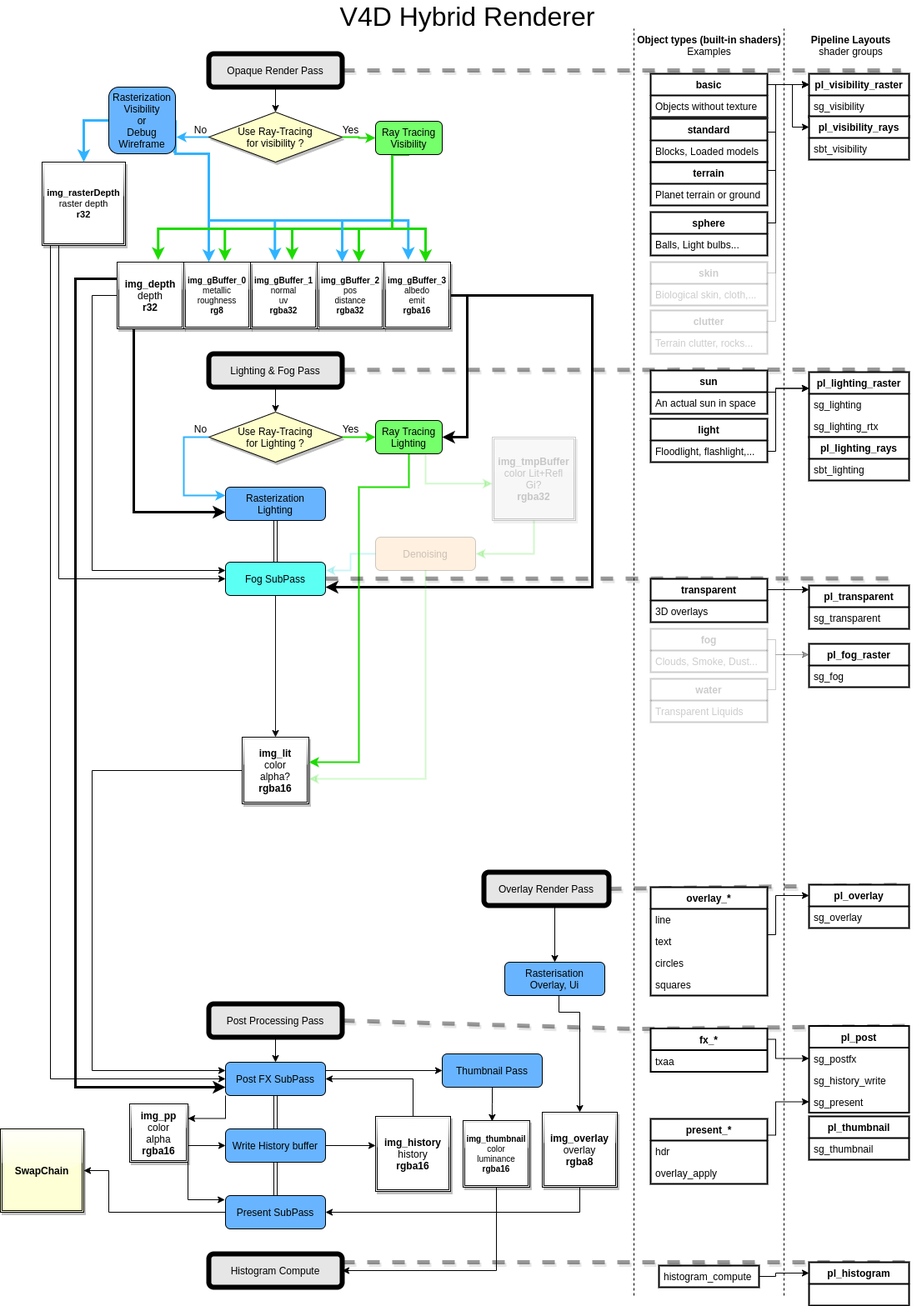
Vulkan4D/v4d_project keeps this draw.io diagram as res/hybrid_renderer.png. Above is the earlier version. Source tidied: cells renumbered, new cells last; positions are measured from the earlier drawing's top-left corner, leaving out a move shared by most shapes.
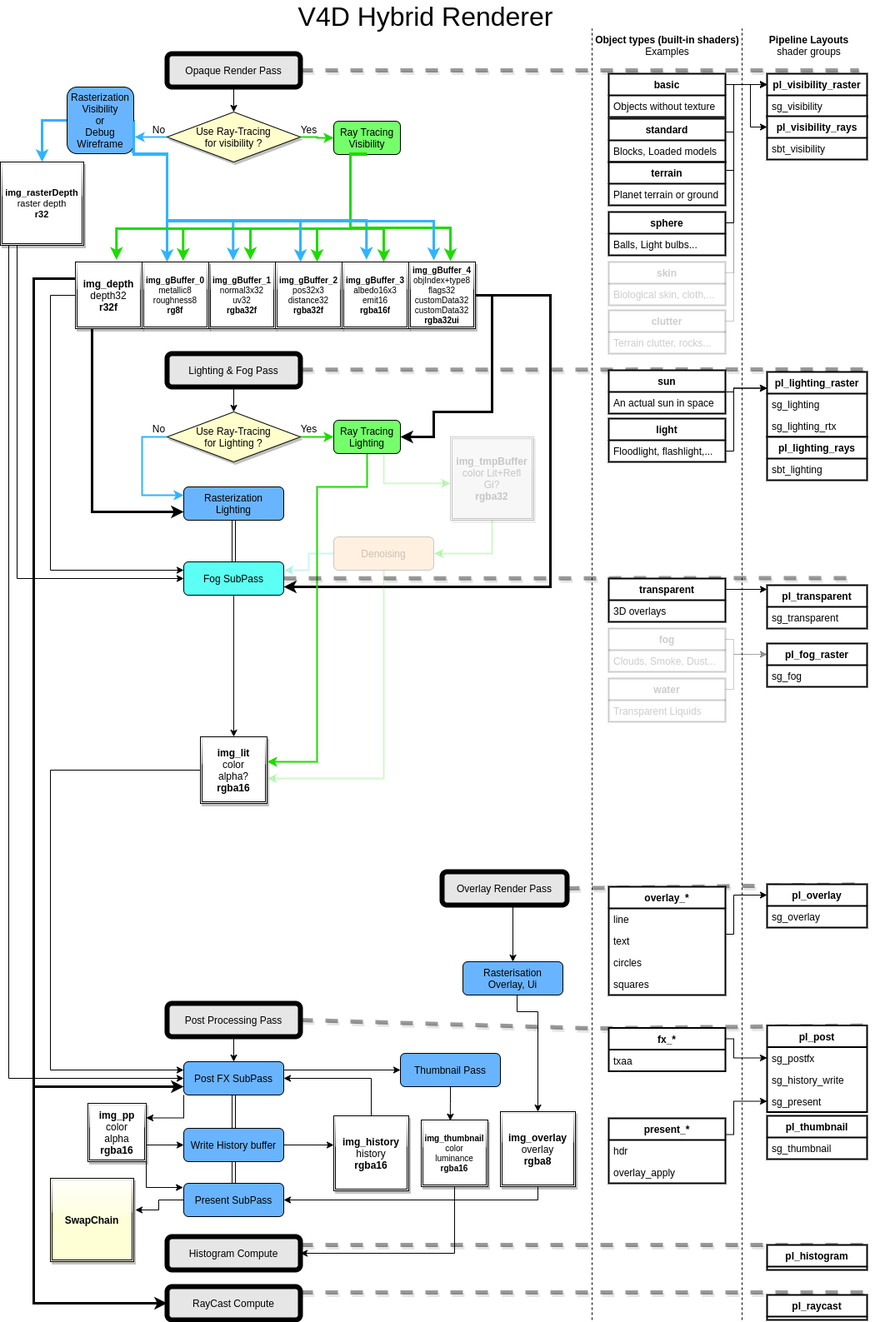
Above is the later version.

The edit, as a diff of the source:
```diff
@@ -87,16 +87,16 @@
     <mxCell id="26" value="Write History buffer" style="shape=ext;double=0;whiteSpace=wrap;html=1;rounded=1;backgroundOutline=0;fillColor=#69B4FF;" parent="1" vertex="1">
       <mxGeometry x="270" y="1350" width="120" height="40" as="geometry" />
     </mxCell>
-    <mxCell id="27" style="edgeStyle=orthogonalEdgeStyle;rounded=0;jettySize=auto;html=1;exitX=0;exitY=0.5;exitDx=0;exitDy=0;entryX=1;entryY=0.5;entryDx=0;entryDy=0;strokeColor=#000000;strokeWidth=1;" parent="1" edge="1" source="28" target="90">
+    <mxCell id="27" style="edgeStyle=orthogonalEdgeStyle;rounded=0;jettySize=auto;html=1;exitX=0;exitY=0.5;exitDx=0;exitDy=0;strokeColor=#000000;strokeWidth=1;entryX=1.02;entryY=0.38;entryDx=0;entryDy=0;entryPerimeter=0;" parent="1" edge="1" source="28" target="90">
       <mxGeometry relative="1" as="geometry">
         <Array as="points">
-          <mxPoint x="130" y="1450" />
-          <mxPoint x="130" y="1400" />
+          <mxPoint x="240" y="1436" />
+          <mxPoint x="240" y="1448" />
         </Array>
       </mxGeometry>
     </mxCell>
     <mxCell id="28" value="Present SubPass" style="shape=ext;double=0;whiteSpace=wrap;html=1;rounded=1;backgroundOutline=0;fillColor=#69B4FF;" parent="1" vertex="1">
-      <mxGeometry x="270" y="1430" width="120" height="40" as="geometry" />
+      <mxGeometry x="270" y="1416" width="120" height="40" as="geometry" />
     </mxCell>
     <mxCell id="29" style="edgeStyle=orthogonalEdgeStyle;rounded=0;jettySize=auto;html=1;exitX=0.25;exitY=1;exitDx=0;exitDy=0;entryX=0;entryY=0.75;entryDx=0;entryDy=0;strokeWidth=3;" parent="1" edge="1" source="32" target="21">
       <mxGeometry relative="1" as="geometry" />
@@ -117,7 +117,7 @@
         </Array>
       </mxGeometry>
     </mxCell>
-    <mxCell id="32" value="&lt;b&gt;img_depth&lt;/b&gt;&lt;br&gt;depth&lt;br&gt;&lt;b&gt;r32&lt;/b&gt;" style="shape=ext;double=1;whiteSpace=wrap;html=1;rounded=0;glass=1;strokeColor=#000000;fillColor=#ffffff;shadow=1;" parent="1" vertex="1">
+    <mxCell id="32" value="&lt;b&gt;img_depth&lt;/b&gt;&lt;br&gt;depth32&lt;br&gt;&lt;b&gt;r32f&lt;/b&gt;" style="shape=ext;double=1;whiteSpace=wrap;html=1;rounded=0;glass=1;strokeColor=#000000;fillColor=#ffffff;shadow=1;" parent="1" vertex="1">
       <mxGeometry x="140" y="310" width="80" height="80" as="geometry" />
     </mxCell>
     <mxCell id="33" style="edgeStyle=orthogonalEdgeStyle;rounded=0;jettySize=auto;html=1;exitX=0.5;exitY=1;exitDx=0;exitDy=0;strokeColor=#000000;strokeWidth=1;fontSize=11;" parent="1" edge="1" source="35">
@@ -168,17 +168,17 @@
     <mxCell id="41" style="edgeStyle=orthogonalEdgeStyle;rounded=0;jettySize=auto;html=1;exitX=0.5;exitY=1;exitDx=0;exitDy=0;entryX=1;entryY=0.5;entryDx=0;entryDy=0;strokeColor=#000000;strokeWidth=1;" parent="1" edge="1" source="42" target="28">
       <mxGeometry relative="1" as="geometry">
         <Array as="points">
-          <mxPoint x="695" y="1450" />
+          <mxPoint x="695" y="1436" />
         </Array>
       </mxGeometry>
     </mxCell>
     <mxCell id="42" value="&lt;b&gt;img_overlay&lt;/b&gt;&lt;br&gt;overlay&lt;br&gt;&lt;b&gt;rgba8&lt;/b&gt;" style="shape=ext;double=1;whiteSpace=wrap;html=1;rounded=0;glass=1;strokeColor=#000000;fillColor=#ffffff;shadow=1;" parent="1" vertex="1">
       <mxGeometry x="650" y="1330" width="90" height="90" as="geometry" />
     </mxCell>
-    <mxCell id="43" value="&lt;b style=&quot;font-size: 10px;&quot;&gt;img_gBuffer_1&lt;/b&gt;&lt;br style=&quot;font-size: 10px;&quot;&gt;normal&lt;br style=&quot;font-size: 10px;&quot;&gt;uv&lt;br style=&quot;font-size: 10px;&quot;&gt;&lt;b style=&quot;font-size: 10px;&quot;&gt;rgba32&lt;/b&gt;" style="shape=ext;double=1;whiteSpace=wrap;html=1;rounded=0;glass=1;strokeColor=#000000;fillColor=#ffffff;shadow=1;fontSize=10;" parent="1" vertex="1">
+    <mxCell id="43" value="&lt;b style=&quot;font-size: 10px&quot;&gt;img_gBuffer_1&lt;/b&gt;&lt;br style=&quot;font-size: 10px&quot;&gt;normal3x32&lt;br style=&quot;font-size: 10px&quot;&gt;uv32&lt;br style=&quot;font-size: 10px&quot;&gt;&lt;b style=&quot;font-size: 10px&quot;&gt;rgba32f&lt;/b&gt;" style="shape=ext;double=1;whiteSpace=wrap;html=1;rounded=0;glass=1;strokeColor=#000000;fillColor=#ffffff;shadow=1;fontSize=10;" parent="1" vertex="1">
       <mxGeometry x="300" y="310" width="80" height="80" as="geometry" />
     </mxCell>
-    <mxCell id="44" value="&lt;b style=&quot;font-size: 10px&quot;&gt;img_gBuffer_2&lt;/b&gt;&lt;br style=&quot;font-size: 10px&quot;&gt;pos&lt;br style=&quot;font-size: 10px&quot;&gt;distance&lt;br style=&quot;font-size: 10px&quot;&gt;&lt;b style=&quot;font-size: 10px&quot;&gt;rgba32&lt;/b&gt;" style="shape=ext;double=1;whiteSpace=wrap;html=1;rounded=0;glass=1;strokeColor=#000000;fillColor=#ffffff;shadow=1;fontSize=10;" parent="1" vertex="1">
+    <mxCell id="44" value="&lt;b style=&quot;font-size: 10px&quot;&gt;img_gBuffer_2&lt;/b&gt;&lt;br style=&quot;font-size: 10px&quot;&gt;pos32x3&lt;br style=&quot;font-size: 10px&quot;&gt;distance32&lt;br style=&quot;font-size: 10px&quot;&gt;&lt;b style=&quot;font-size: 10px&quot;&gt;rgba32f&lt;/b&gt;" style="shape=ext;double=1;whiteSpace=wrap;html=1;rounded=0;glass=1;strokeColor=#000000;fillColor=#ffffff;shadow=1;fontSize=10;" parent="1" vertex="1">
       <mxGeometry x="380" y="310" width="80" height="80" as="geometry" />
     </mxCell>
     <mxCell id="45" style="edgeStyle=orthogonalEdgeStyle;rounded=0;jettySize=auto;html=1;strokeColor=#30B3FF;strokeWidth=3;entryX=0.366;entryY=-0.023;entryDx=0;entryDy=0;entryPerimeter=0;" parent="1" edge="1" source="49" target="43">
@@ -266,7 +266,14 @@
       <mxGeometry x="450" y="141" width="80" height="40" as="geometry" />
     </mxCell>
     <mxCell id="56" style="edgeStyle=orthogonalEdgeStyle;rounded=0;jettySize=auto;html=1;exitX=1;exitY=0.5;exitDx=0;exitDy=0;entryX=1;entryY=0.5;entryDx=0;entryDy=0;strokeWidth=3;" parent="1" edge="1" source="58" target="68">
-      <mxGeometry relative="1" as="geometry" />
+      <mxGeometry relative="1" as="geometry">
+        <Array as="points">
+          <mxPoint x="640" y="350" />
+          <mxPoint x="640" y="490" />
+          <mxPoint x="570" y="490" />
+          <mxPoint x="570" y="520" />
+        </Array>
+      </mxGeometry>
     </mxCell>
     <mxCell id="57" style="edgeStyle=orthogonalEdgeStyle;rounded=0;jettySize=auto;html=1;exitX=1;exitY=0.5;exitDx=0;exitDy=0;entryX=1;entryY=0.75;entryDx=0;entryDy=0;strokeWidth=3;" parent="1" edge="1" source="58" target="7">
       <mxGeometry relative="1" as="geometry">
@@ -276,10 +283,10 @@
         </Array>
       </mxGeometry>
     </mxCell>
-    <mxCell id="58" value="&lt;b style=&quot;font-size: 10px&quot;&gt;img_gBuffer_3&lt;/b&gt;&lt;br style=&quot;font-size: 10px&quot;&gt;albedo&lt;br style=&quot;font-size: 10px&quot;&gt;emit&lt;br style=&quot;font-size: 10px&quot;&gt;&lt;b style=&quot;font-size: 10px&quot;&gt;rgba16&lt;/b&gt;" style="shape=ext;double=1;whiteSpace=wrap;html=1;rounded=0;glass=1;strokeColor=#000000;fillColor=#ffffff;shadow=1;fontSize=10;" parent="1" vertex="1">
+    <mxCell id="58" value="&lt;b style=&quot;font-size: 10px&quot;&gt;img_gBuffer_3&lt;/b&gt;&lt;br style=&quot;font-size: 10px&quot;&gt;albedo16x3&lt;br style=&quot;font-size: 10px&quot;&gt;emit16&lt;br style=&quot;font-size: 10px&quot;&gt;&lt;b style=&quot;font-size: 10px&quot;&gt;rgba16f&lt;/b&gt;" style="shape=ext;double=1;whiteSpace=wrap;html=1;rounded=0;glass=1;strokeColor=#000000;fillColor=#ffffff;shadow=1;fontSize=10;" parent="1" vertex="1">
       <mxGeometry x="460" y="310" width="80" height="80" as="geometry" />
     </mxCell>
-    <mxCell id="59" value="&lt;b style=&quot;font-size: 10px;&quot;&gt;img_gBuffer_0&lt;/b&gt;&lt;br style=&quot;font-size: 10px;&quot;&gt;metallic&lt;br style=&quot;font-size: 10px;&quot;&gt;roughness&lt;br style=&quot;font-size: 10px;&quot;&gt;&lt;b style=&quot;font-size: 10px;&quot;&gt;rg8&lt;/b&gt;" style="shape=ext;double=1;whiteSpace=wrap;html=1;rounded=0;glass=1;strokeColor=#000000;fillColor=#ffffff;shadow=1;fontSize=10;" parent="1" vertex="1">
+    <mxCell id="59" value="&lt;b style=&quot;font-size: 10px&quot;&gt;img_gBuffer_0&lt;/b&gt;&lt;br style=&quot;font-size: 10px&quot;&gt;metallic8&lt;br style=&quot;font-size: 10px&quot;&gt;roughness8&lt;br style=&quot;font-size: 10px&quot;&gt;&lt;b style=&quot;font-size: 10px&quot;&gt;rg8f&lt;/b&gt;" style="shape=ext;double=1;whiteSpace=wrap;html=1;rounded=0;glass=1;strokeColor=#000000;fillColor=#ffffff;shadow=1;fontSize=10;" parent="1" vertex="1">
       <mxGeometry x="220" y="310" width="80" height="80" as="geometry" />
     </mxCell>
     <mxCell id="60" style="edgeStyle=orthogonalEdgeStyle;rounded=0;jettySize=auto;html=1;exitX=1;exitY=0.5;exitDx=0;exitDy=0;entryX=0;entryY=0.5;entryDx=0;entryDy=0;strokeColor=#1DDB00;strokeWidth=2;" parent="1" edge="1" source="62" target="55">
@@ -420,11 +427,11 @@
       <mxGeometry x="555" y="1340" width="80" height="80" as="geometry" />
     </mxCell>
     <mxCell id="87" value="Histogram Compute" style="shape=ext;double=0;whiteSpace=wrap;html=1;rounded=1;backgroundOutline=0;fillColor=#E6E6E6;strokeWidth=6;" parent="1" vertex="1">
-      <mxGeometry x="250" y="1500" width="160" height="40" as="geometry" />
+      <mxGeometry x="250" y="1480" width="160" height="40" as="geometry" />
     </mxCell>
     <mxCell id="88" style="endArrow=none;dashed=1;html=1;strokeColor=#000000;strokeWidth=1;" parent="1" edge="1">
       <mxGeometry relative="1" as="geometry">
-        <mxPoint x="760" y="1550" as="sourcePoint" />
+        <mxPoint x="760" y="1580" as="sourcePoint" />
         <mxPoint x="760" y="30" as="targetPoint" />
       </mxGeometry>
     </mxCell>
@@ -432,7 +439,7 @@
       <mxGeometry x="400" width="320" height="30" as="geometry" />
     </mxCell>
     <mxCell id="90" value="&lt;b&gt;SwapChain&lt;/b&gt;" style="shape=ext;double=1;whiteSpace=wrap;html=1;rounded=0;glass=1;strokeColor=#000000;fillColor=#FEFFD4;shadow=1;" parent="1" vertex="1">
-      <mxGeometry y="1350" width="100" height="100" as="geometry" />
+      <mxGeometry x="110" y="1410" width="100" height="100" as="geometry" />
     </mxCell>
     <mxCell id="91" style="endArrow=none;dashed=1;html=1;strokeColor=#000000;strokeWidth=5;exitX=1;exitY=0.5;exitDx=0;exitDy=0;jumpSize=6;opacity=40;shadow=1;comic=0;" parent="1" edge="1" source="3">
       <mxGeometry relative="1" as="geometry">
@@ -447,9 +454,9 @@
     </mxCell>
     <mxCell id="93" style="endArrow=none;dashed=1;html=1;strokeColor=#000000;strokeWidth=5;jumpSize=6;opacity=40;shadow=1;comic=0;entryX=1;entryY=0;entryDx=0;entryDy=0;" parent="1" edge="1" target="145">
       <mxGeometry relative="1" as="geometry">
-        <mxPoint x="410" y="1510" as="sourcePoint" />
+        <mxPoint x="410" y="1490" as="sourcePoint" />
         <Array as="points">
-          <mxPoint x="760" y="1510" />
+          <mxPoint x="760" y="1490" />
         </Array>
       </mxGeometry>
     </mxCell>
@@ -471,7 +478,7 @@
     </mxCell>
     <mxCell id="98" style="endArrow=none;dashed=1;html=1;strokeColor=#000000;strokeWidth=1;" parent="1" edge="1">
       <mxGeometry relative="1" as="geometry">
-        <mxPoint x="940" y="1550" as="sourcePoint" />
+        <mxPoint x="940" y="1580" as="sourcePoint" />
         <mxPoint x="940" y="30" as="targetPoint" />
       </mxGeometry>
     </mxCell>
@@ -645,17 +652,6 @@
     <mxCell id="132" value="sbt_lighting" style="text;strokeColor=none;fillColor=none;align=left;verticalAlign=top;spacingLeft=4;spacingRight=4;overflow=hidden;rounded=0;shadow=1;glass=1;" parent="131" vertex="1">
       <mxGeometry y="26" width="120" height="26" as="geometry" />
     </mxCell>
-    <mxCell id="133" style="edgeStyle=orthogonalEdgeStyle;rounded=0;jettySize=auto;html=1;exitX=1;exitY=0.5;exitDx=0;exitDy=0;entryX=0;entryY=0.25;entryDx=0;entryDy=0;" parent="1" edge="1" source="134" target="145">
-      <mxGeometry relative="1" as="geometry">
-        <Array as="points">
-          <mxPoint x="930" y="1527" />
-          <mxPoint x="930" y="1523" />
-        </Array>
-      </mxGeometry>
-    </mxCell>
-    <mxCell id="134" value="histogram_compute" style="text;strokeColor=#000000;fillColor=none;align=left;verticalAlign=top;spacingLeft=4;spacingRight=4;overflow=hidden;points=[[0,0.5],[1,0.5]];portConstraint=eastwest;strokeWidth=2;" parent="1" vertex="1">
-      <mxGeometry x="790" y="1514" width="120" height="26" as="geometry" />
-    </mxCell>
     <mxCell id="135" value="pl_visibility_raster" style="swimlane;fontStyle=1;horizontal=1;startSize=26;fillColor=#ffffff;strokeWidth=2;" parent="1" vertex="1">
       <mxGeometry x="970" y="84" width="120" height="52" as="geometry" />
     </mxCell>
@@ -687,7 +683,7 @@
       <mxGeometry y="26" width="120" height="26" as="geometry" />
     </mxCell>
     <mxCell id="145" value="pl_histogram" style="swimlane;fontStyle=1;horizontal=1;startSize=26;fillColor=#ffffff;strokeWidth=2;" parent="1" vertex="1">
-      <mxGeometry x="970" y="1510" width="120" height="52" as="geometry" />
+      <mxGeometry x="970" y="1490" width="120" height="30" as="geometry" />
     </mxCell>
     <mxCell id="146" style="edgeStyle=orthogonalEdgeStyle;rounded=0;jettySize=auto;html=1;exitX=1;exitY=0.25;exitDx=0;exitDy=0;strokeColor=#09090F;textOpacity=20;opacity=20;entryX=0;entryY=0.25;entryDx=0;entryDy=0;" parent="1" edge="1" source="159" target="163">
       <mxGeometry relative="1" as="geometry">
@@ -754,5 +750,57 @@
     <mxCell id="164" value="sg_fog" style="text;strokeColor=none;fillColor=none;align=left;verticalAlign=top;spacingLeft=4;spacingRight=4;overflow=hidden;" parent="163" vertex="1">
       <mxGeometry y="26" width="120" height="26" as="geometry" />
     </mxCell>
+    <mxCell id="165" value="&lt;b style=&quot;font-size: 10px&quot;&gt;img_gBuffer_4&lt;/b&gt;&lt;br style=&quot;font-size: 10px&quot;&gt;objIndex+type8&lt;br style=&quot;font-size: 10px&quot;&gt;flags32&lt;br&gt;customData32&lt;br&gt;customData32&lt;br style=&quot;font-size: 10px&quot;&gt;&lt;b style=&quot;font-size: 10px&quot;&gt;rgba32ui&lt;/b&gt;" style="shape=ext;double=1;whiteSpace=wrap;html=1;rounded=0;glass=1;strokeColor=#000000;fillColor=#ffffff;shadow=1;fontSize=10;" parent="1" vertex="1">
+      <mxGeometry x="540" y="310" width="80" height="80" as="geometry" />
+    </mxCell>
+    <mxCell id="166" style="edgeStyle=orthogonalEdgeStyle;rounded=0;orthogonalLoop=1;jettySize=auto;html=1;exitX=0.5;exitY=1;exitDx=0;exitDy=0;strokeColor=#1DDB00;strokeWidth=3;" parent="1" edge="1">
+      <mxGeometry relative="1" as="geometry">
+        <mxPoint x="490" y="180" as="sourcePoint" />
+        <mxPoint x="590" y="309" as="targetPoint" />
+        <Array as="points">
+          <mxPoint x="470" y="180" />
+          <mxPoint x="470" y="269" />
+          <mxPoint x="590" y="269" />
+          <mxPoint x="590" y="309" />
+        </Array>
+      </mxGeometry>
+    </mxCell>
+    <mxCell id="167" style="edgeStyle=orthogonalEdgeStyle;rounded=0;orthogonalLoop=1;jettySize=auto;html=1;exitX=1;exitY=0.5;exitDx=0;exitDy=0;strokeColor=#30B3FF;strokeWidth=3;fontSize=11;" parent="1" edge="1">
+      <mxGeometry relative="1" as="geometry">
+        <mxPoint x="210" y="141" as="sourcePoint" />
+        <mxPoint x="570" y="308" as="targetPoint" />
+        <Array as="points">
+          <mxPoint x="210" y="181" />
+          <mxPoint x="250" y="181" />
+          <mxPoint x="250" y="261" />
+          <mxPoint x="570" y="261" />
+          <mxPoint x="570" y="308" />
+        </Array>
+      </mxGeometry>
+    </mxCell>
+    <mxCell id="168" value="RayCast Compute" style="shape=ext;double=0;whiteSpace=wrap;html=1;rounded=1;backgroundOutline=0;fillColor=#E6E6E6;strokeWidth=6;" parent="1" vertex="1">
+      <mxGeometry x="250" y="1540" width="160" height="40" as="geometry" />
+    </mxCell>
+    <mxCell id="169" style="endArrow=none;dashed=1;html=1;strokeColor=#000000;strokeWidth=5;jumpSize=6;opacity=40;shadow=1;comic=0;entryX=1;entryY=0;entryDx=0;entryDy=0;" parent="1" edge="1">
+      <mxGeometry relative="1" as="geometry">
+        <mxPoint x="410" y="1547" as="sourcePoint" />
+        <mxPoint x="1090" y="1547" as="targetPoint" />
+        <Array as="points">
+          <mxPoint x="760" y="1547" />
+        </Array>
+      </mxGeometry>
+    </mxCell>
+    <mxCell id="170" value="pl_raycast" style="swimlane;fontStyle=1;horizontal=1;startSize=26;fillColor=#ffffff;strokeWidth=2;" parent="1" vertex="1">
+      <mxGeometry x="970" y="1550" width="120" height="30" as="geometry" />
+    </mxCell>
+    <mxCell id="171" style="edgeStyle=orthogonalEdgeStyle;rounded=0;jettySize=auto;html=1;exitX=0;exitY=0.25;exitDx=0;exitDy=0;entryX=0;entryY=0.5;entryDx=0;entryDy=0;strokeColor=#000000;strokeWidth=3;" parent="1" edge="1" target="168">
+      <mxGeometry relative="1" as="geometry">
+        <mxPoint x="140" y="330" as="sourcePoint" />
+        <Array as="points">
+          <mxPoint x="90" y="330" />
+          <mxPoint x="90" y="1560" />
+        </Array>
+      </mxGeometry>
+    </mxCell>
   </root>
 </mxGraphModel>
```
